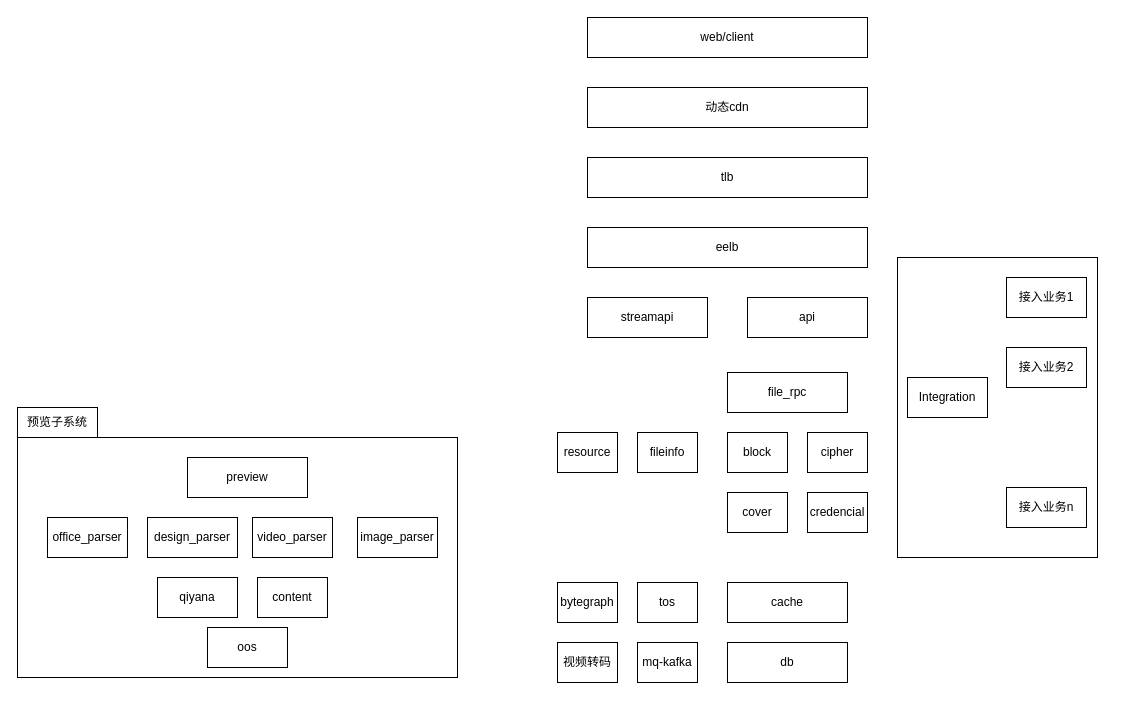
Before: 架构图.drawio in hehenpan/drawio, a draw.io diagram. Source tidied: cells renumbered, new cells numbered last; positions are measured from the earlier drawing's top-left corner, leaving out a move shared by most shapes. Both pictures are drawn from the tidied source at 100%, with x=0, y=0 at pixel (17, 17).
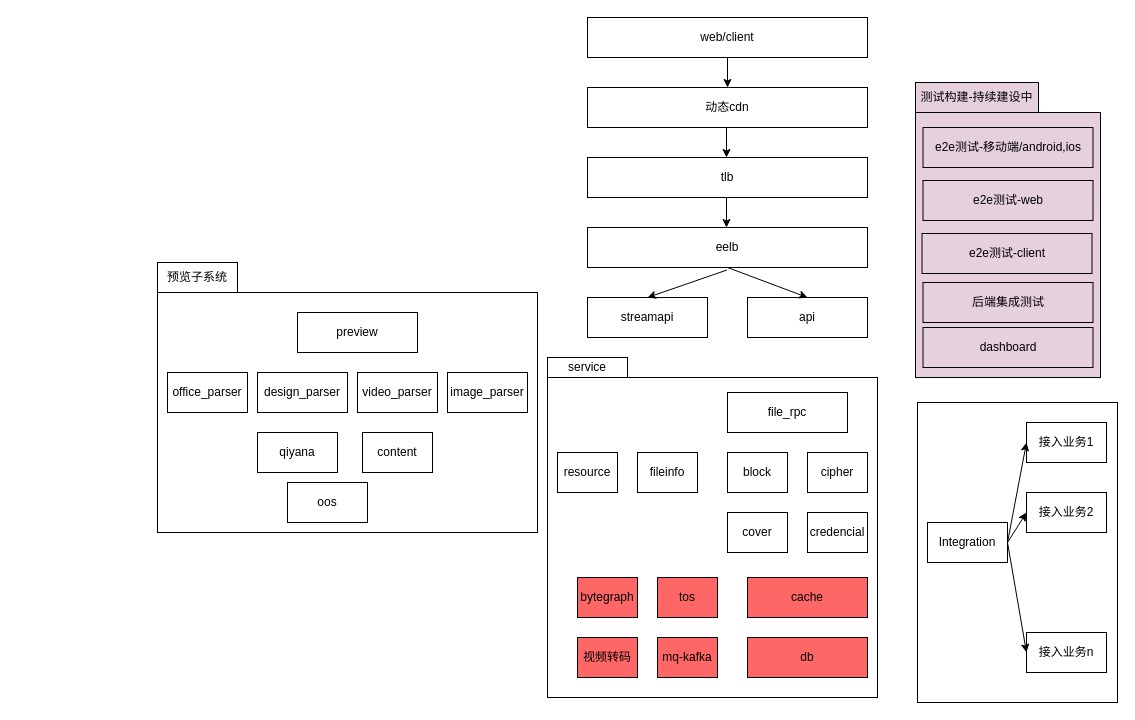
The same diagram, later.

The change refers to these unchanged cells:
```xml
<mxCell id="6" value="streamapi" style="rounded=0;whiteSpace=wrap;html=1;" parent="1" vertex="1">
  <mxGeometry x="570" y="280" width="120" height="40" as="geometry" />
</mxCell>
<mxCell id="7" value="动态cdn" style="rounded=0;whiteSpace=wrap;html=1;" parent="1" vertex="1">
  <mxGeometry x="570" y="70" width="280" height="40" as="geometry" />
</mxCell>
<mxCell id="8" value="web/client" style="rounded=0;whiteSpace=wrap;html=1;" parent="1" vertex="1">
  <mxGeometry x="570" width="280" height="40" as="geometry" />
</mxCell>
<mxCell id="9" value="api" style="rounded=0;whiteSpace=wrap;html=1;" parent="1" vertex="1">
  <mxGeometry x="730" y="280" width="120" height="40" as="geometry" />
</mxCell>
```

The edit, as a diff of the source:
```diff
@@
+    <mxCell id="36" style="rounded=0;whiteSpace=wrap;html=1;" parent="1" vertex="1">
+      <mxGeometry x="530" y="360" width="330" height="320" as="geometry" />
+    </mxCell>
+    <mxCell id="37" style="rounded=0;whiteSpace=wrap;html=1;fillColor=#E6D0DE;" parent="1" vertex="1">
+      <mxGeometry x="898" y="95" width="185" height="265" as="geometry" />
+    </mxCell>
     <mxCell id="2" style="rounded=0;whiteSpace=wrap;html=1;" parent="1" vertex="1">
-      <mxGeometry y="420" width="440" height="240" as="geometry" />
+      <mxGeometry x="140" y="275" width="380" height="240" as="geometry" />
     </mxCell>
     <mxCell id="3" style="rounded=0;whiteSpace=wrap;html=1;" parent="1" vertex="1">
-      <mxGeometry x="880" y="240" width="200" height="300" as="geometry" />
+      <mxGeometry x="900" y="385" width="200" height="300" as="geometry" />
     </mxCell>
@@
     <mxCell id="10" value="file_rpc" style="rounded=0;whiteSpace=wrap;html=1;" parent="1" vertex="1">
-      <mxGeometry x="710" y="355" width="120" height="40" as="geometry" />
+      <mxGeometry x="710" y="375" width="120" height="40" as="geometry" />
     </mxCell>
     <mxCell id="11" value="fileinfo" style="rounded=0;whiteSpace=wrap;html=1;" parent="1" vertex="1">
-      <mxGeometry x="620" y="415" width="60" height="40" as="geometry" />
+      <mxGeometry x="620" y="435" width="60" height="40" as="geometry" />
     </mxCell>
     <mxCell id="12" value="block" style="rounded=0;whiteSpace=wrap;html=1;" parent="1" vertex="1">
-      <mxGeometry x="710" y="415" width="60" height="40" as="geometry" />
+      <mxGeometry x="710" y="435" width="60" height="40" as="geometry" />
     </mxCell>
     <mxCell id="13" value="cipher" style="rounded=0;whiteSpace=wrap;html=1;" parent="1" vertex="1">
-      <mxGeometry x="790" y="415" width="60" height="40" as="geometry" />
+      <mxGeometry x="790" y="435" width="60" height="40" as="geometry" />
     </mxCell>
-    <mxCell id="14" value="cache" style="rounded=0;whiteSpace=wrap;html=1;" parent="1" vertex="1">
-      <mxGeometry x="710" y="565" width="120" height="40" as="geometry" />
+    <mxCell id="14" value="cache" style="rounded=0;whiteSpace=wrap;html=1;fillColor=#FF6666;" parent="1" vertex="1">
+      <mxGeometry x="730" y="560" width="120" height="40" as="geometry" />
     </mxCell>
-    <mxCell id="15" value="db" style="rounded=0;whiteSpace=wrap;html=1;" parent="1" vertex="1">
-      <mxGeometry x="710" y="625" width="120" height="40" as="geometry" />
+    <mxCell id="15" value="db" style="rounded=0;whiteSpace=wrap;html=1;fillColor=#FF6666;" parent="1" vertex="1">
+      <mxGeometry x="730" y="620" width="120" height="40" as="geometry" />
     </mxCell>
     <mxCell id="16" value="Integration" style="rounded=0;whiteSpace=wrap;html=1;" parent="1" vertex="1">
-      <mxGeometry x="890" y="360" width="80" height="40" as="geometry" />
+      <mxGeometry x="910" y="505" width="80" height="40" as="geometry" />
     </mxCell>
     <mxCell id="17" value="接入业务1" style="rounded=0;whiteSpace=wrap;html=1;" parent="1" vertex="1">
-      <mxGeometry x="989" y="260" width="80" height="40" as="geometry" />
+      <mxGeometry x="1009" y="405" width="80" height="40" as="geometry" />
     </mxCell>
     <mxCell id="18" value="接入业务2" style="rounded=0;whiteSpace=wrap;html=1;" parent="1" vertex="1">
-      <mxGeometry x="989" y="330" width="80" height="40" as="geometry" />
+      <mxGeometry x="1009" y="475" width="80" height="40" as="geometry" />
     </mxCell>
     <mxCell id="19" value="接入业务n" style="rounded=0;whiteSpace=wrap;html=1;" parent="1" vertex="1">
-      <mxGeometry x="989" y="470" width="80" height="40" as="geometry" />
+      <mxGeometry x="1009" y="615" width="80" height="40" as="geometry" />
     </mxCell>
     <mxCell id="20" value="resource" style="rounded=0;whiteSpace=wrap;html=1;" parent="1" vertex="1">
-      <mxGeometry x="540" y="415" width="60" height="40" as="geometry" />
+      <mxGeometry x="540" y="435" width="60" height="40" as="geometry" />
     </mxCell>
-    <mxCell id="21" value="bytegraph" style="rounded=0;whiteSpace=wrap;html=1;" parent="1" vertex="1">
-      <mxGeometry x="540" y="565" width="60" height="40" as="geometry" />
+    <mxCell id="21" value="bytegraph" style="rounded=0;whiteSpace=wrap;html=1;fillColor=#FF6666;" parent="1" vertex="1">
+      <mxGeometry x="560" y="560" width="60" height="40" as="geometry" />
     </mxCell>
-    <mxCell id="22" value="tos" style="rounded=0;whiteSpace=wrap;html=1;" parent="1" vertex="1">
-      <mxGeometry x="620" y="565" width="60" height="40" as="geometry" />
+    <mxCell id="22" value="tos" style="rounded=0;whiteSpace=wrap;html=1;fillColor=#FF6666;" parent="1" vertex="1">
+      <mxGeometry x="640" y="560" width="60" height="40" as="geometry" />
     </mxCell>
-    <mxCell id="23" value="mq-kafka" style="rounded=0;whiteSpace=wrap;html=1;" parent="1" vertex="1">
-      <mxGeometry x="620" y="625" width="60" height="40" as="geometry" />
+    <mxCell id="23" value="mq-kafka" style="rounded=0;whiteSpace=wrap;html=1;fillColor=#FF6666;" parent="1" vertex="1">
+      <mxGeometry x="640" y="620" width="60" height="40" as="geometry" />
     </mxCell>
     <mxCell id="24" value="qiyana" style="rounded=0;whiteSpace=wrap;html=1;" parent="1" vertex="1">
-      <mxGeometry x="140" y="560" width="80" height="40" as="geometry" />
+      <mxGeometry x="240" y="415" width="80" height="40" as="geometry" />
     </mxCell>
     <mxCell id="25" value="preview" style="rounded=0;whiteSpace=wrap;html=1;" parent="1" vertex="1">
-      <mxGeometry x="170" y="440" width="120" height="40" as="geometry" />
+      <mxGeometry x="280" y="295" width="120" height="40" as="geometry" />
     </mxCell>
     <mxCell id="26" value="content" style="rounded=0;whiteSpace=wrap;html=1;" parent="1" vertex="1">
-      <mxGeometry x="240" y="560" width="70" height="40" as="geometry" />
+      <mxGeometry x="345" y="415" width="70" height="40" as="geometry" />
     </mxCell>
     <mxCell id="27" value="image_parser" style="rounded=0;whiteSpace=wrap;html=1;" parent="1" vertex="1">
-      <mxGeometry x="340" y="500" width="80" height="40" as="geometry" />
+      <mxGeometry x="430" y="355" width="80" height="40" as="geometry" />
     </mxCell>
     <mxCell id="28" value="design_parser" style="rounded=0;whiteSpace=wrap;html=1;" parent="1" vertex="1">
-      <mxGeometry x="130" y="500" width="90" height="40" as="geometry" />
+      <mxGeometry x="240" y="355" width="90" height="40" as="geometry" />
     </mxCell>
     <mxCell id="29" value="video_parser" style="rounded=0;whiteSpace=wrap;html=1;" parent="1" vertex="1">
-      <mxGeometry x="235" y="500" width="80" height="40" as="geometry" />
+      <mxGeometry x="340" y="355" width="80" height="40" as="geometry" />
     </mxCell>
     <mxCell id="30" value="office_parser" style="rounded=0;whiteSpace=wrap;html=1;" parent="1" vertex="1">
-      <mxGeometry x="30" y="500" width="80" height="40" as="geometry" />
+      <mxGeometry x="150" y="355" width="80" height="40" as="geometry" />
     </mxCell>
     <mxCell id="31" value="oos" style="rounded=0;whiteSpace=wrap;html=1;" parent="1" vertex="1">
-      <mxGeometry x="190" y="610" width="80" height="40" as="geometry" />
+      <mxGeometry x="270" y="465" width="80" height="40" as="geometry" />
     </mxCell>
-    <mxCell id="32" value="视频转码" style="rounded=0;whiteSpace=wrap;html=1;" parent="1" vertex="1">
-      <mxGeometry x="540" y="625" width="60" height="40" as="geometry" />
+    <mxCell id="32" value="视频转码" style="rounded=0;whiteSpace=wrap;html=1;fillColor=#FF6666;" parent="1" vertex="1">
+      <mxGeometry x="560" y="620" width="60" height="40" as="geometry" />
     </mxCell>
     <mxCell id="33" value="credencial" style="rounded=0;whiteSpace=wrap;html=1;" parent="1" vertex="1">
-      <mxGeometry x="790" y="475" width="60" height="40" as="geometry" />
+      <mxGeometry x="790" y="495" width="60" height="40" as="geometry" />
     </mxCell>
     <mxCell id="34" value="cover" style="rounded=0;whiteSpace=wrap;html=1;" parent="1" vertex="1">
-      <mxGeometry x="710" y="475" width="60" height="40" as="geometry" />
+      <mxGeometry x="710" y="495" width="60" height="40" as="geometry" />
     </mxCell>
     <mxCell id="35" value="预览子系统" style="rounded=0;whiteSpace=wrap;html=1;" parent="1" vertex="1">
-      <mxGeometry y="390" width="80" height="30" as="geometry" />
+      <mxGeometry x="140" y="245" width="80" height="30" as="geometry" />
     </mxCell>
+    <mxCell id="38" value="e2e测试-移动端/android,ios" style="rounded=0;whiteSpace=wrap;html=1;fillColor=#E6D0DE;" parent="1" vertex="1">
+      <mxGeometry x="905.5" y="110" width="170" height="40" as="geometry" />
+    </mxCell>
+    <mxCell id="39" value="e2e测试-web" style="rounded=0;whiteSpace=wrap;html=1;fillColor=#E6D0DE;" parent="1" vertex="1">
+      <mxGeometry x="905.5" y="163" width="170" height="40" as="geometry" />
+    </mxCell>
+    <mxCell id="40" value="e2e测试-client" style="rounded=0;whiteSpace=wrap;html=1;fillColor=#E6D0DE;" parent="1" vertex="1">
+      <mxGeometry x="904.5" y="216" width="170" height="40" as="geometry" />
+    </mxCell>
+    <mxCell id="41" value="测试构建-持续建设中" style="rounded=0;whiteSpace=wrap;html=1;fillColor=#E6D0DE;" parent="1" vertex="1">
+      <mxGeometry x="898" y="65" width="123" height="30" as="geometry" />
+    </mxCell>
+    <mxCell id="42" value="后端集成测试" style="rounded=0;whiteSpace=wrap;html=1;fillColor=#E6D0DE;" parent="1" vertex="1">
+      <mxGeometry x="905.5" y="265" width="170" height="40" as="geometry" />
+    </mxCell>
+    <mxCell id="43" style="endArrow=classic;html=1;exitX=1;exitY=0.5;exitDx=0;exitDy=0;entryX=0;entryY=0.5;entryDx=0;entryDy=0;" parent="1" edge="1" source="16" target="17">
+      <mxGeometry relative="1" as="geometry" />
+    </mxCell>
+    <mxCell id="44" style="endArrow=classic;html=1;exitX=1;exitY=0.5;exitDx=0;exitDy=0;entryX=0;entryY=0.5;entryDx=0;entryDy=0;" parent="1" edge="1" source="16" target="18">
+      <mxGeometry relative="1" as="geometry" />
+    </mxCell>
+    <mxCell id="45" style="endArrow=classic;html=1;entryX=0;entryY=0.5;entryDx=0;entryDy=0;" parent="1" edge="1" target="19">
+      <mxGeometry relative="1" as="geometry">
+        <mxPoint x="990" y="525" as="sourcePoint" />
+      </mxGeometry>
+    </mxCell>
+    <mxCell id="46" style="endArrow=classic;html=1;exitX=0.5;exitY=1;exitDx=0;exitDy=0;entryX=0.5;entryY=0;entryDx=0;entryDy=0;" parent="1" edge="1" source="8" target="7">
+      <mxGeometry relative="1" as="geometry" />
+    </mxCell>
+    <mxCell id="47" style="endArrow=classic;html=1;exitX=0.5;exitY=1;exitDx=0;exitDy=0;entryX=0.5;entryY=0;entryDx=0;entryDy=0;" parent="1" edge="1">
+      <mxGeometry relative="1" as="geometry">
+        <mxPoint x="709" y="110" as="sourcePoint" />
+        <mxPoint x="709" y="140" as="targetPoint" />
+      </mxGeometry>
+    </mxCell>
+    <mxCell id="48" style="endArrow=classic;html=1;exitX=0.5;exitY=1;exitDx=0;exitDy=0;entryX=0.5;entryY=0;entryDx=0;entryDy=0;" parent="1" edge="1">
+      <mxGeometry relative="1" as="geometry">
+        <mxPoint x="709" y="180" as="sourcePoint" />
+        <mxPoint x="709" y="210" as="targetPoint" />
+      </mxGeometry>
+    </mxCell>
+    <mxCell id="49" style="endArrow=classic;html=1;exitX=0.5;exitY=1;exitDx=0;exitDy=0;entryX=0.5;entryY=0;entryDx=0;entryDy=0;" parent="1" edge="1" target="6">
+      <mxGeometry relative="1" as="geometry">
+        <mxPoint x="709.5" y="252.5" as="sourcePoint" />
+      </mxGeometry>
+    </mxCell>
+    <mxCell id="50" style="endArrow=classic;html=1;entryX=0.5;entryY=0;entryDx=0;entryDy=0;" parent="1" edge="1" target="9">
+      <mxGeometry relative="1" as="geometry">
+        <mxPoint x="710" y="250" as="sourcePoint" />
+      </mxGeometry>
+    </mxCell>
+    <mxCell id="51" value="service" style="rounded=0;whiteSpace=wrap;html=1;" parent="1" vertex="1">
+      <mxGeometry x="530" y="340" width="80" height="20" as="geometry" />
+    </mxCell>
+    <mxCell id="52" value="dashboard" style="rounded=0;whiteSpace=wrap;html=1;fillColor=#E6D0DE;" parent="1" vertex="1">
+      <mxGeometry x="905.5" y="310" width="170" height="40" as="geometry" />
+    </mxCell>
```
